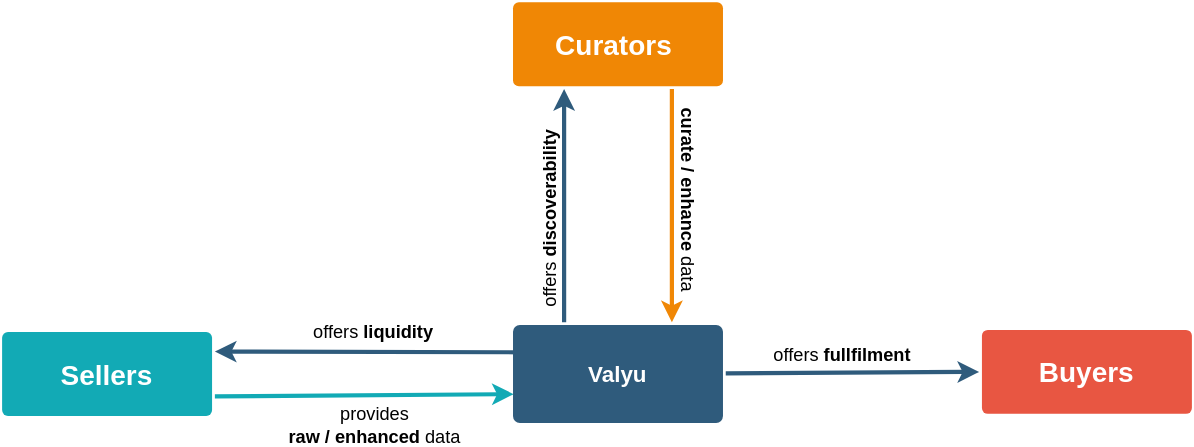
The draw.io diagram schemes/Valyu_agents_basic.drawio.svg in zcabbub/tokenomics, before a commit. Source tidied: cells renumbered, new cells last; positions are measured from the earlier drawing's top-left corner, leaving out a move shared by most shapes. The source it was exported from:
```xml
<mxGraphModel>
  <root>
    <mxCell id="0" />
    <mxCell id="1" parent="0" />
    <mxCell id="2" value="&lt;font style=&quot;font-size: 20px;&quot;&gt;Sellers&lt;/font&gt;" style="rounded=1;whiteSpace=wrap;html=1;shadow=0;labelBackgroundColor=none;strokeColor=none;strokeWidth=3;fillColor=#12aab5;fontFamily=Helvetica;fontSize=14;fontColor=#FFFFFF;align=center;spacing=5;fontStyle=1;arcSize=7;perimeterSpacing=2;" parent="1" vertex="1">
      <mxGeometry y="235.5" width="150" height="60" as="geometry" />
    </mxCell>
    <mxCell id="3" style="edgeStyle=none;rounded=0;jumpStyle=none;html=1;shadow=0;labelBackgroundColor=none;startArrow=none;startFill=0;jettySize=auto;strokeColor=#12AAB5;strokeWidth=3;fontFamily=Helvetica;fontSize=14;fontColor=#FFFFFF;spacing=5;fontStyle=1;fillColor=#b0e3e6;entryX=0.016;entryY=0.695;entryDx=0;entryDy=0;entryPerimeter=0;exitX=1;exitY=0.75;exitDx=0;exitDy=0;" parent="1" edge="1" source="2" target="6">
      <mxGeometry relative="1" as="geometry" />
    </mxCell>
    <mxCell id="4" value="&lt;font style=&quot;font-size: 13px;&quot;&gt;provides &lt;br&gt;&lt;b&gt;raw / enhanced &lt;/b&gt;data&lt;/font&gt;" style="edgeLabel;html=1;align=center;verticalAlign=middle;" parent="3" vertex="1">
      <mxGeometry x="-0.18" y="5" relative="1" as="geometry">
        <mxPoint x="25" y="25" as="offset" />
      </mxGeometry>
    </mxCell>
    <mxCell id="5" style="edgeStyle=none;rounded=0;jumpStyle=none;html=1;shadow=0;labelBackgroundColor=none;startArrow=none;startFill=0;endArrow=classic;endFill=1;jettySize=auto;strokeColor=#2F5B7C;strokeWidth=3;fontFamily=Helvetica;fontSize=16;fontColor=#23445D;spacing=5;entryX=0.25;entryY=1;entryDx=0;entryDy=0;exitX=0.25;exitY=0;exitDx=0;exitDy=0;" parent="1" edge="1" source="6" target="7">
      <mxGeometry relative="1" as="geometry" />
    </mxCell>
    <mxCell id="6" value="Valyu" style="rounded=1;whiteSpace=wrap;html=1;shadow=0;labelBackgroundColor=none;strokeColor=none;strokeWidth=3;fillColor=#2F5B7C;fontFamily=Helvetica;fontSize=16;fontColor=#FFFFFF;align=center;fontStyle=1;spacing=5;arcSize=7;perimeterSpacing=2;" parent="1" vertex="1">
      <mxGeometry x="365" y="230.5" width="150" height="70" as="geometry" />
    </mxCell>
    <mxCell id="7" value="&lt;font style=&quot;font-size: 20px;&quot;&gt;Curators&amp;nbsp;&lt;/font&gt;" style="rounded=1;whiteSpace=wrap;html=1;shadow=0;labelBackgroundColor=none;strokeColor=none;strokeWidth=3;fillColor=#F08705;fontFamily=Helvetica;fontSize=14;fontColor=#FFFFFF;align=center;spacing=5;fontStyle=1;arcSize=7;perimeterSpacing=2;" parent="1" vertex="1">
      <mxGeometry x="365" width="150" height="60" as="geometry" />
    </mxCell>
    <mxCell id="8" style="edgeStyle=none;rounded=0;jumpStyle=none;html=1;shadow=0;labelBackgroundColor=none;startArrow=none;startFill=0;endArrow=classic;endFill=1;jettySize=auto;strokeColor=#F08705;strokeWidth=3;fontFamily=Helvetica;fontSize=14;fontColor=#FFFFFF;spacing=5;entryX=0.75;entryY=0;entryDx=0;entryDy=0;exitX=0.75;exitY=1;exitDx=0;exitDy=0;" parent="1" edge="1" source="7" target="6">
      <mxGeometry relative="1" as="geometry" />
    </mxCell>
    <mxCell id="9" value="&lt;font style=&quot;font-size: 13px;&quot;&gt;&lt;b&gt;curate / enhance&lt;/b&gt; data&lt;/font&gt;" style="edgeLabel;html=1;align=center;verticalAlign=middle;rotation=90;" parent="8" vertex="1">
      <mxGeometry x="-0.14" y="-2" relative="1" as="geometry">
        <mxPoint x="14" y="6" as="offset" />
      </mxGeometry>
    </mxCell>
    <mxCell id="10" style="edgeStyle=none;rounded=0;jumpStyle=none;html=1;shadow=0;labelBackgroundColor=none;startArrow=none;startFill=0;endArrow=classic;endFill=1;jettySize=auto;strokeColor=#2F5B7C;strokeWidth=3;fontFamily=Helvetica;fontSize=16;fontColor=#23445D;spacing=5;entryX=0;entryY=0.5;entryDx=0;entryDy=0;" parent="1" edge="1" source="6" target="11">
      <mxGeometry relative="1" as="geometry" />
    </mxCell>
    <mxCell id="11" value="&lt;font style=&quot;font-size: 20px;&quot;&gt;Buyers&lt;/font&gt;" style="rounded=1;whiteSpace=wrap;html=1;shadow=0;labelBackgroundColor=none;strokeColor=none;strokeWidth=3;fillColor=#e85642;fontFamily=Helvetica;fontSize=14;fontColor=#FFFFFF;align=center;spacing=5;fontStyle=1;arcSize=7;perimeterSpacing=2;" parent="1" vertex="1">
      <mxGeometry x="700" y="234" width="150" height="60" as="geometry" />
    </mxCell>
    <mxCell id="12" value="&lt;font style=&quot;font-size: 13px;&quot;&gt;offers &lt;b&gt;discoverability&lt;/b&gt;&lt;/font&gt;" style="text;html=1;align=center;verticalAlign=middle;strokeColor=none;fillColor=none;rotation=-90;" parent="1" vertex="1">
      <mxGeometry x="316" y="140" width="150" height="30" as="geometry" />
    </mxCell>
    <mxCell id="13" value="&lt;font style=&quot;font-size: 13px;&quot;&gt;offers &lt;b&gt;fullfilment&lt;/b&gt;&lt;/font&gt;" style="text;html=1;align=center;verticalAlign=middle;points=[];strokeColor=none;fillColor=none;fontSize=18;" parent="1" vertex="1">
      <mxGeometry x="540" y="230.5" width="120" height="40" as="geometry" />
    </mxCell>
    <mxCell id="14" style="edgeStyle=none;rounded=0;jumpStyle=none;html=1;shadow=0;labelBackgroundColor=none;startArrow=none;startFill=0;endArrow=classic;endFill=1;jettySize=auto;strokeColor=#2F5B7C;strokeWidth=3;fontFamily=Helvetica;fontSize=16;fontColor=#23445D;spacing=5;entryX=1;entryY=0.25;entryDx=0;entryDy=0;" parent="1" edge="1" target="2">
      <mxGeometry relative="1" as="geometry">
        <mxPoint x="370" y="250" as="sourcePoint" />
      </mxGeometry>
    </mxCell>
    <mxCell id="15" value="&lt;font style=&quot;font-size: 13px;&quot;&gt;offers &lt;b&gt;liquidity&lt;/b&gt;&lt;/font&gt;" style="text;html=1;align=center;verticalAlign=middle;strokeColor=none;fillColor=none;fontSize=11;" parent="1" vertex="1">
      <mxGeometry x="210" y="220" width="110" height="30" as="geometry" />
    </mxCell>
  </root>
</mxGraphModel>
```
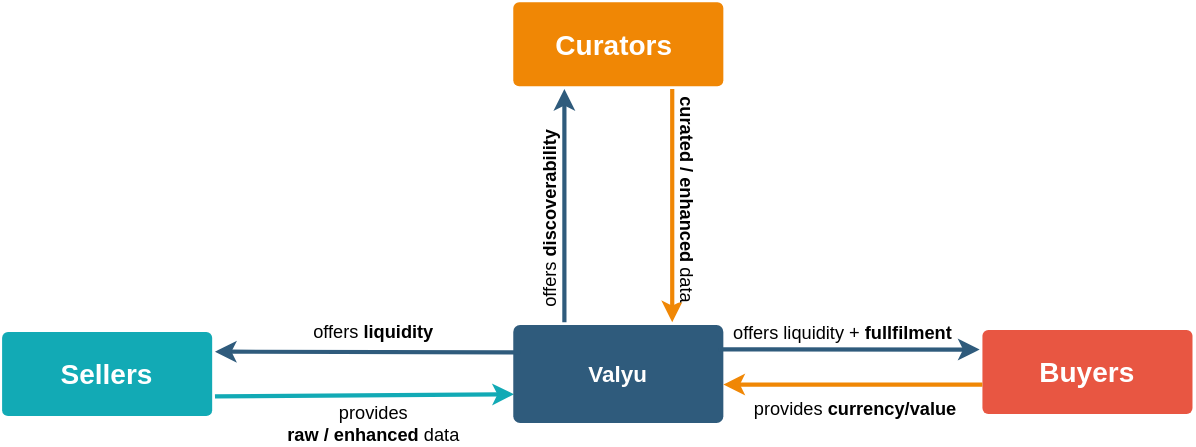
The same file after the commit.

Diff of the diagram source:
```diff
@@ -25,12 +25,12 @@
     <mxCell id="8" style="edgeStyle=none;rounded=0;jumpStyle=none;html=1;shadow=0;labelBackgroundColor=none;startArrow=none;startFill=0;endArrow=classic;endFill=1;jettySize=auto;strokeColor=#F08705;strokeWidth=3;fontFamily=Helvetica;fontSize=14;fontColor=#FFFFFF;spacing=5;entryX=0.75;entryY=0;entryDx=0;entryDy=0;exitX=0.75;exitY=1;exitDx=0;exitDy=0;" parent="1" edge="1" source="7" target="6">
       <mxGeometry relative="1" as="geometry" />
     </mxCell>
-    <mxCell id="9" value="&lt;font style=&quot;font-size: 13px;&quot;&gt;&lt;b&gt;curate / enhance&lt;/b&gt; data&lt;/font&gt;" style="edgeLabel;html=1;align=center;verticalAlign=middle;rotation=90;" parent="8" vertex="1">
+    <mxCell id="9" value="&lt;font style=&quot;font-size: 13px;&quot;&gt;&lt;b&gt;curated / enhanced&lt;/b&gt; data&lt;/font&gt;" style="edgeLabel;html=1;align=center;verticalAlign=middle;rotation=90;" parent="8" vertex="1">
       <mxGeometry x="-0.14" y="-2" relative="1" as="geometry">
         <mxPoint x="14" y="6" as="offset" />
       </mxGeometry>
     </mxCell>
-    <mxCell id="10" style="edgeStyle=none;rounded=0;jumpStyle=none;html=1;shadow=0;labelBackgroundColor=none;startArrow=none;startFill=0;endArrow=classic;endFill=1;jettySize=auto;strokeColor=#2F5B7C;strokeWidth=3;fontFamily=Helvetica;fontSize=16;fontColor=#23445D;spacing=5;entryX=0;entryY=0.5;entryDx=0;entryDy=0;" parent="1" edge="1" source="6" target="11">
+    <mxCell id="10" style="edgeStyle=none;rounded=0;jumpStyle=none;html=1;shadow=0;labelBackgroundColor=none;startArrow=none;startFill=0;endArrow=classic;endFill=1;jettySize=auto;strokeColor=#2F5B7C;strokeWidth=3;fontFamily=Helvetica;fontSize=16;fontColor=#23445D;spacing=5;entryX=0;entryY=0.25;entryDx=0;entryDy=0;exitX=0.009;exitY=0.822;exitDx=0;exitDy=0;exitPerimeter=0;" parent="1" edge="1" source="13" target="11">
       <mxGeometry relative="1" as="geometry" />
     </mxCell>
     <mxCell id="11" value="&lt;font style=&quot;font-size: 20px;&quot;&gt;Buyers&lt;/font&gt;" style="rounded=1;whiteSpace=wrap;html=1;shadow=0;labelBackgroundColor=none;strokeColor=none;strokeWidth=3;fillColor=#e85642;fontFamily=Helvetica;fontSize=14;fontColor=#FFFFFF;align=center;spacing=5;fontStyle=1;arcSize=7;perimeterSpacing=2;" parent="1" vertex="1">
@@ -39,8 +39,8 @@
     <mxCell id="12" value="&lt;font style=&quot;font-size: 13px;&quot;&gt;offers &lt;b&gt;discoverability&lt;/b&gt;&lt;/font&gt;" style="text;html=1;align=center;verticalAlign=middle;strokeColor=none;fillColor=none;rotation=-90;" parent="1" vertex="1">
       <mxGeometry x="316" y="140" width="150" height="30" as="geometry" />
     </mxCell>
-    <mxCell id="13" value="&lt;font style=&quot;font-size: 13px;&quot;&gt;offers &lt;b&gt;fullfilment&lt;/b&gt;&lt;/font&gt;" style="text;html=1;align=center;verticalAlign=middle;points=[];strokeColor=none;fillColor=none;fontSize=18;" parent="1" vertex="1">
-      <mxGeometry x="540" y="230.5" width="120" height="40" as="geometry" />
+    <mxCell id="13" value="&lt;font style=&quot;font-size: 13px;&quot;&gt;offers liquidity +&amp;nbsp;&lt;b&gt;fullfilment&lt;/b&gt;&lt;/font&gt;" style="text;html=1;align=center;verticalAlign=middle;points=[];strokeColor=none;fillColor=none;fontSize=18;" parent="1" vertex="1">
+      <mxGeometry x="510" y="215" width="180" height="40" as="geometry" />
     </mxCell>
     <mxCell id="14" style="edgeStyle=none;rounded=0;jumpStyle=none;html=1;shadow=0;labelBackgroundColor=none;startArrow=none;startFill=0;endArrow=classic;endFill=1;jettySize=auto;strokeColor=#2F5B7C;strokeWidth=3;fontFamily=Helvetica;fontSize=16;fontColor=#23445D;spacing=5;entryX=1;entryY=0.25;entryDx=0;entryDy=0;" parent="1" edge="1" target="2">
       <mxGeometry relative="1" as="geometry">
@@ -50,5 +50,16 @@
     <mxCell id="15" value="&lt;font style=&quot;font-size: 13px;&quot;&gt;offers &lt;b&gt;liquidity&lt;/b&gt;&lt;/font&gt;" style="text;html=1;align=center;verticalAlign=middle;strokeColor=none;fillColor=none;fontSize=11;" parent="1" vertex="1">
       <mxGeometry x="210" y="220" width="110" height="30" as="geometry" />
     </mxCell>
+    <mxCell id="16" style="edgeStyle=none;rounded=0;jumpStyle=none;html=1;shadow=0;labelBackgroundColor=none;startArrow=none;startFill=0;endArrow=classic;endFill=1;jettySize=auto;orthogonalLoop=1;strokeColor=#F08705;strokeWidth=3;fontFamily=Helvetica;fontSize=14;fontColor=#FFFFFF;spacing=5;" parent="1" edge="1">
+      <mxGeometry relative="1" as="geometry">
+        <mxPoint x="700" y="273" as="sourcePoint" />
+        <mxPoint x="515" y="273" as="targetPoint" />
+      </mxGeometry>
+    </mxCell>
+    <mxCell id="17" value="&lt;span style=&quot;font-size: 13px;&quot;&gt;provides&lt;b&gt; currency/value&lt;/b&gt;&lt;/span&gt;" style="edgeLabel;html=1;align=center;verticalAlign=middle;rotation=0;" parent="16" vertex="1">
+      <mxGeometry x="-0.14" y="-2" relative="1" as="geometry">
+        <mxPoint x="-12" y="18" as="offset" />
+      </mxGeometry>
+    </mxCell>
   </root>
 </mxGraphModel>
```
